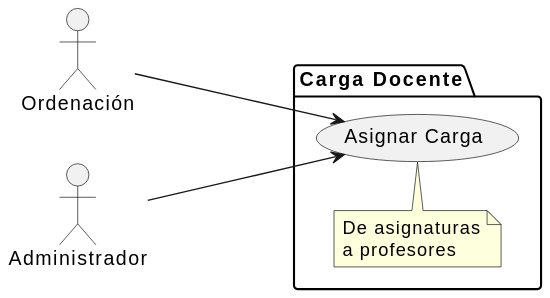
This is images/modelosUML/CdU/Individuales/AsignarCargaDocente.svg from mmasias/24-25-IdSw1-SDR, a PlantUML export, as it was before one commit.
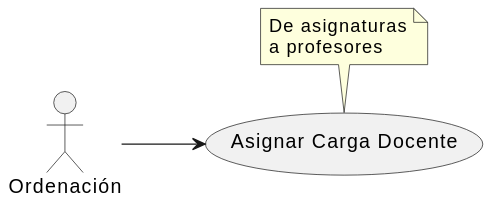
Above is the later version.

Change to the diagram source:
```diff
@@ -2,16 +2,12 @@
 left to right direction
 
 actor "Ordenación" as ord
-actor "Administrador" as admin
 
-package "Carga Docente" as cargaDocentePackage {
-    usecase "Asignar Carga" as asignarCarga
-    note top of asignarCarga
-        De asignaturas
-        a profesores
-    end note
-}
+usecase "Asignar Carga Docente" as asignarCarga
+note top of asignarCarga
+    De asignaturas
+    a profesores
+end note
 
-ord ---> asignarCarga
-admin ---> asignarCarga
+ord --> asignarCarga
 @enduml
```
